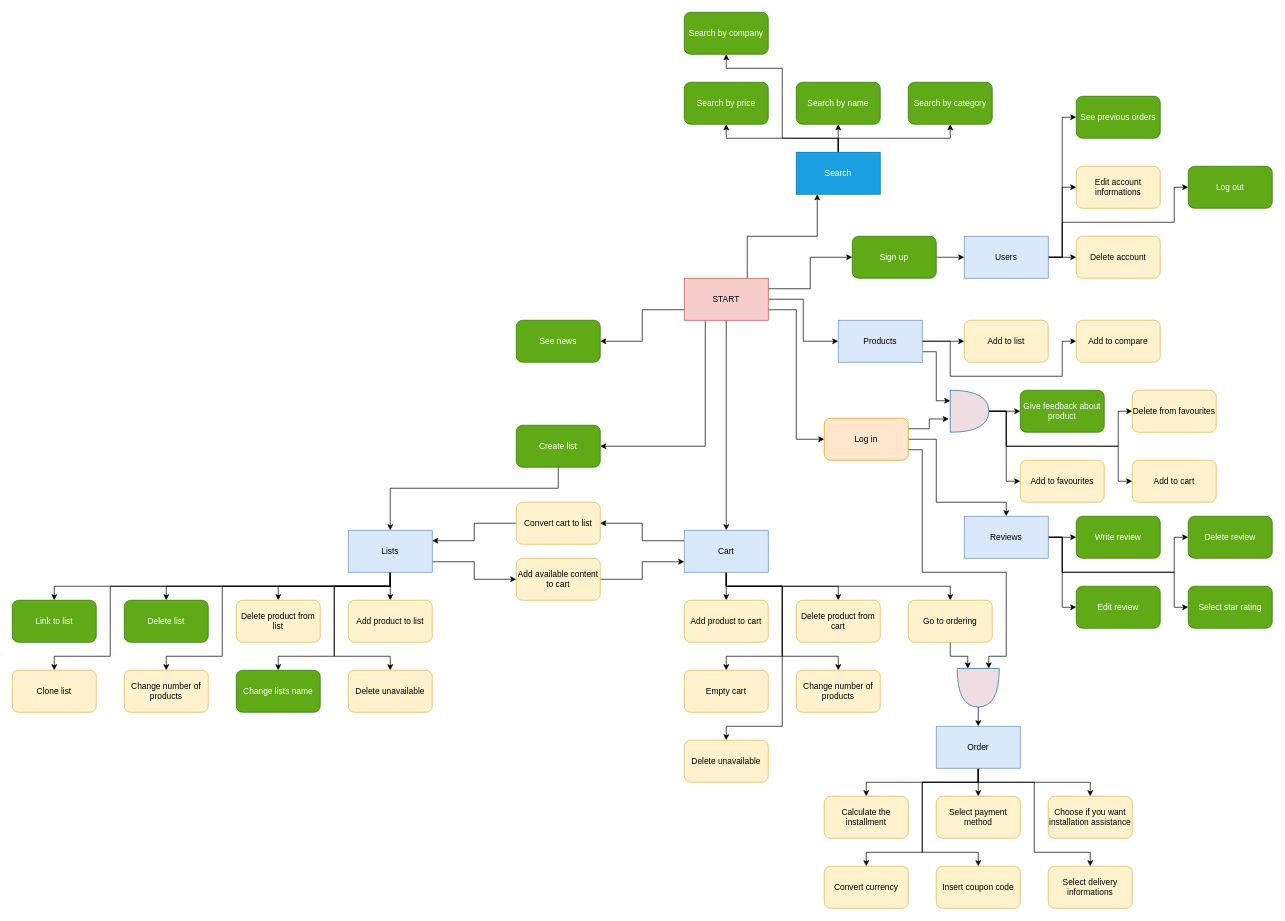
Above: Documentation/DrawioFiles/functionalitiesSchema.drawio in Rumi152/X-KOMdb (draw.io), before the change. Source tidied: cells renumbered, new cells numbered last; positions are measured from the earlier drawing's top-left corner, leaving out a move shared by most shapes. Both pictures are drawn from the tidied source at 70%, with x=0, y=0 at pixel (12, 12).
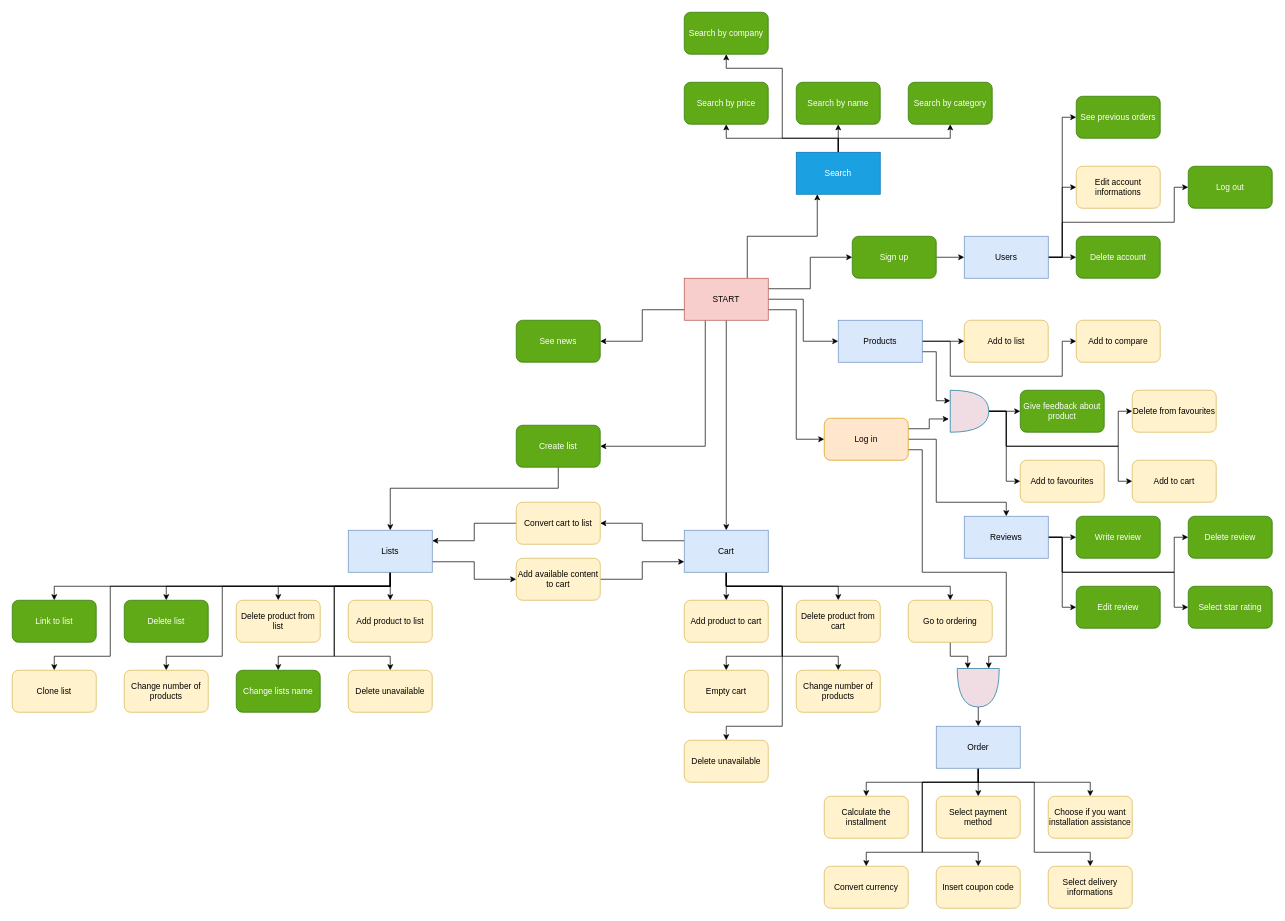
After the change.

Commit message (it also covers changes not shown here):
documentation coloring and little changes with groups in user deleting

Diff of the diagram source:
```diff
@@
-    <mxCell id="87" value="Delete account" style="rounded=1;whiteSpace=wrap;html=1;strokeColor=#d6b656;fontFamily=Helvetica;fontSize=12;fontColor=#000000;fillColor=#fff2cc;" parent="1" vertex="1">
+    <mxCell id="87" value="Delete account" style="rounded=1;whiteSpace=wrap;html=1;strokeColor=#2D7600;fontFamily=Helvetica;fontSize=12;fontColor=#ffffff;fillColor=#60a917;" parent="1" vertex="1">
       <mxGeometry x="1520" y="320" width="120" height="60" as="geometry" />
     </mxCell>
```
